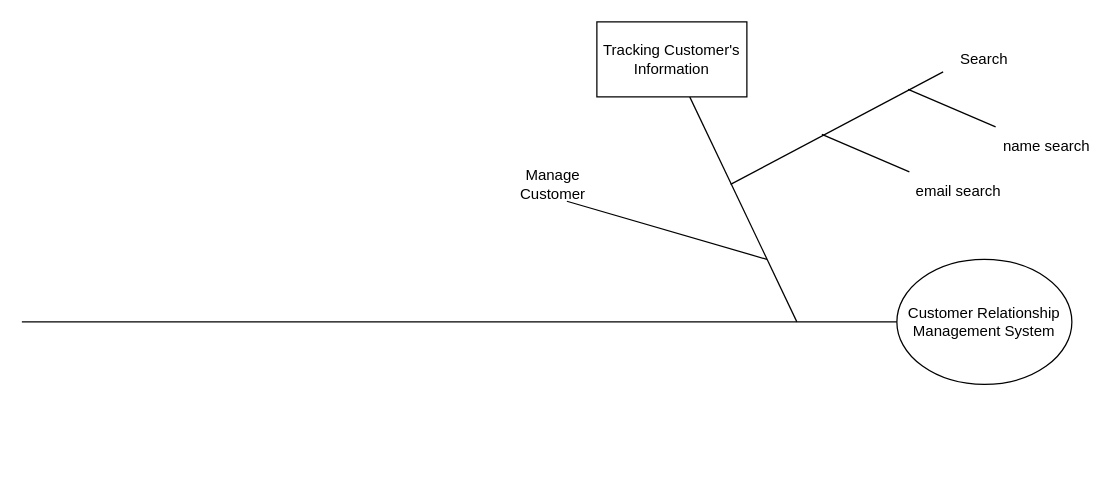
The draw.io diagram src/Untitled Diagram.drawio in thienan3007/math-util, before the edit. Source tidied: cells renumbered, new cells numbered last; positions are measured from the earlier drawing's top-left corner, leaving out a move shared by most shapes. Both pictures are drawn from the tidied source at 125%, with x=0, y=0 at pixel (21, 21).
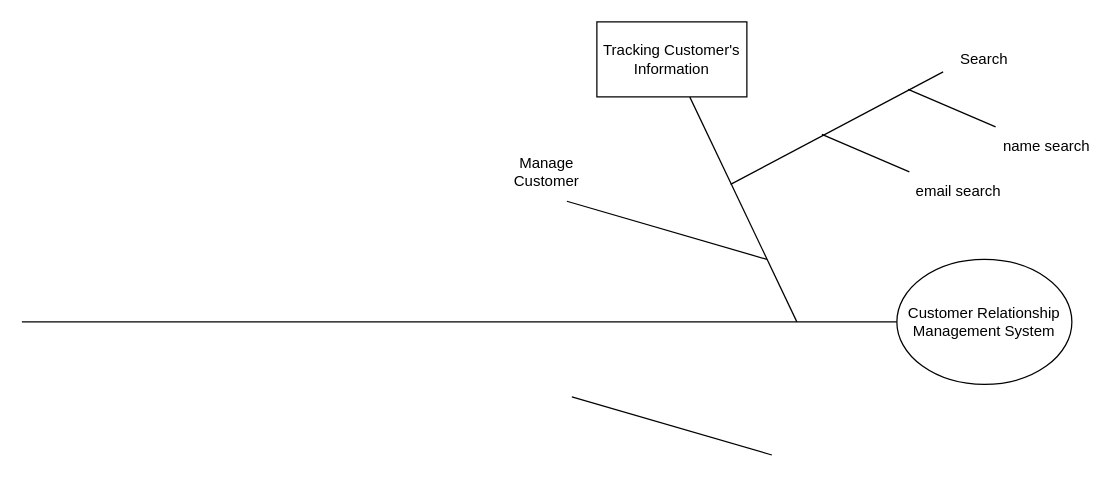
The same diagram, later.

What changed in the source:
```diff
@@
     <mxCell id="13" value="Manage Customer" style="text;html=1;strokeColor=none;fillColor=none;align=center;verticalAlign=middle;whiteSpace=wrap;rounded=0;" parent="1" vertex="1">
-      <mxGeometry x="405" y="120" width="40" height="20" as="geometry" />
+      <mxGeometry x="400" y="110" width="40" height="20" as="geometry" />
     </mxCell>
+    <mxCell id="14" style="endArrow=none;html=1;" parent="1" edge="1">
+      <mxGeometry relative="1" as="geometry">
+        <mxPoint x="600" y="346.5" as="sourcePoint" />
+        <mxPoint x="440" y="300" as="targetPoint" />
+      </mxGeometry>
+    </mxCell>
```
